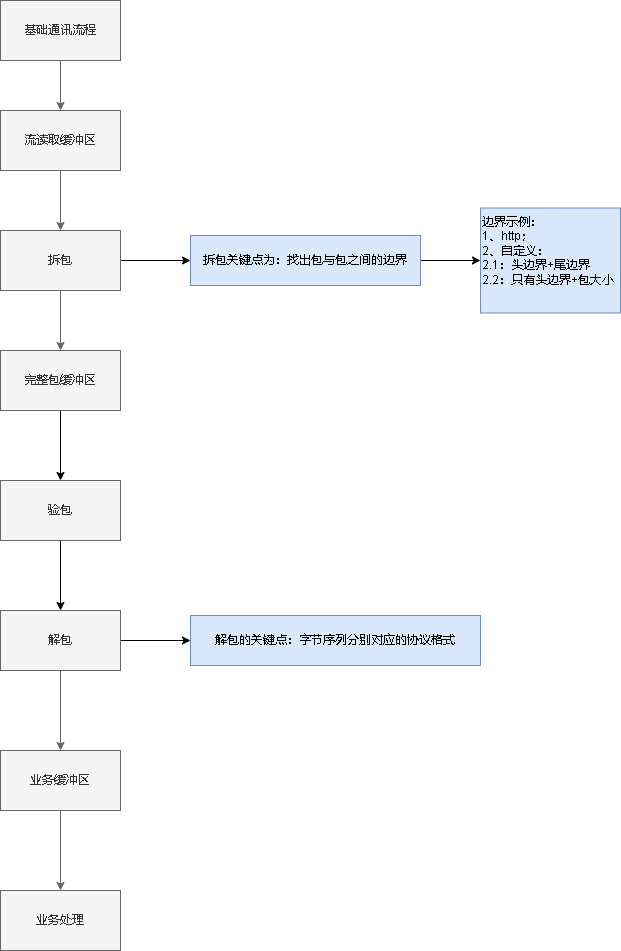
The draw.io diagram cgo8_通讯设计.drawio.png in xktder/draw, before a commit. Source tidied: cells renumbered, new cells last; positions are measured from the earlier drawing's top-left corner, leaving out a move shared by most shapes. Source of this version:
```xml
<mxGraphModel>
  <root>
    <mxCell id="0" />
    <mxCell id="1" parent="0" />
    <mxCell id="2" style="edgeStyle=orthogonalEdgeStyle;rounded=0;jettySize=auto;html=1;fillColor=#f5f5f5;strokeColor=#666666;" parent="1" edge="1" source="3" target="5">
      <mxGeometry relative="1" as="geometry" />
    </mxCell>
    <mxCell id="3" value="基础通讯流程" style="rounded=0;whiteSpace=wrap;html=1;fillColor=#f5f5f5;fontColor=#333333;strokeColor=#666666;" parent="1" vertex="1">
      <mxGeometry width="120" height="60" as="geometry" />
    </mxCell>
    <mxCell id="4" style="edgeStyle=orthogonalEdgeStyle;rounded=0;jettySize=auto;html=1;fillColor=#f5f5f5;strokeColor=#666666;" parent="1" edge="1" source="5" target="8">
      <mxGeometry relative="1" as="geometry" />
    </mxCell>
    <mxCell id="5" value="流读取缓冲区" style="whiteSpace=wrap;html=1;rounded=0;fillColor=#f5f5f5;fontColor=#333333;strokeColor=#666666;" parent="1" vertex="1">
      <mxGeometry y="110" width="120" height="60" as="geometry" />
    </mxCell>
    <mxCell id="6" style="edgeStyle=orthogonalEdgeStyle;rounded=0;jettySize=auto;html=1;fillColor=#f5f5f5;strokeColor=#666666;" parent="1" edge="1" source="8" target="10">
      <mxGeometry relative="1" as="geometry" />
    </mxCell>
    <mxCell id="7" style="edgeStyle=orthogonalEdgeStyle;rounded=0;jettySize=auto;html=1;" parent="1" edge="1" source="8" target="15">
      <mxGeometry relative="1" as="geometry" />
    </mxCell>
    <mxCell id="8" value="拆包" style="whiteSpace=wrap;html=1;rounded=0;fillColor=#f5f5f5;fontColor=#333333;strokeColor=#666666;" parent="1" vertex="1">
      <mxGeometry y="230" width="120" height="60" as="geometry" />
    </mxCell>
    <mxCell id="9" style="edgeStyle=orthogonalEdgeStyle;rounded=0;jettySize=auto;html=1;" parent="1" edge="1" source="10" target="22">
      <mxGeometry relative="1" as="geometry" />
    </mxCell>
    <mxCell id="10" value="完整包缓冲区" style="whiteSpace=wrap;html=1;rounded=0;fillColor=#f5f5f5;fontColor=#333333;strokeColor=#666666;" parent="1" vertex="1">
      <mxGeometry y="350" width="120" height="60" as="geometry" />
    </mxCell>
    <mxCell id="11" style="edgeStyle=orthogonalEdgeStyle;rounded=0;jettySize=auto;html=1;fillColor=#f5f5f5;strokeColor=#666666;" parent="1" edge="1" source="13" target="17">
      <mxGeometry relative="1" as="geometry" />
    </mxCell>
    <mxCell id="12" style="edgeStyle=orthogonalEdgeStyle;rounded=0;jettySize=auto;html=1;" parent="1" edge="1" source="13" target="19">
      <mxGeometry relative="1" as="geometry" />
    </mxCell>
    <mxCell id="13" value="解包" style="whiteSpace=wrap;html=1;rounded=0;fillColor=#f5f5f5;fontColor=#333333;strokeColor=#666666;" parent="1" vertex="1">
      <mxGeometry y="610" width="120" height="60" as="geometry" />
    </mxCell>
    <mxCell id="14" style="edgeStyle=orthogonalEdgeStyle;rounded=0;jettySize=auto;html=1;" parent="1" edge="1" source="15" target="20">
      <mxGeometry relative="1" as="geometry" />
    </mxCell>
    <mxCell id="15" value="拆包关键点为：找出包与包之间的边界&lt;br&gt;" style="whiteSpace=wrap;html=1;rounded=0;fillColor=#dae8fc;strokeColor=#6c8ebf;" parent="1" vertex="1">
      <mxGeometry x="190" y="235" width="230" height="50" as="geometry" />
    </mxCell>
    <mxCell id="16" style="edgeStyle=orthogonalEdgeStyle;rounded=0;jettySize=auto;html=1;fillColor=#f5f5f5;strokeColor=#666666;" parent="1" edge="1" source="17" target="18">
      <mxGeometry relative="1" as="geometry" />
    </mxCell>
    <mxCell id="17" value="业务缓冲区" style="whiteSpace=wrap;html=1;rounded=0;fillColor=#f5f5f5;fontColor=#333333;strokeColor=#666666;" parent="1" vertex="1">
      <mxGeometry y="750" width="120" height="60" as="geometry" />
    </mxCell>
    <mxCell id="18" value="业务处理" style="whiteSpace=wrap;html=1;rounded=0;fillColor=#f5f5f5;fontColor=#333333;strokeColor=#666666;" parent="1" vertex="1">
      <mxGeometry y="890" width="120" height="60" as="geometry" />
    </mxCell>
    <mxCell id="19" value="解包的关键点：字节序列分别对应的协议格式" style="whiteSpace=wrap;html=1;rounded=0;fillColor=#dae8fc;strokeColor=#6c8ebf;" parent="1" vertex="1">
      <mxGeometry x="190" y="615" width="290" height="50" as="geometry" />
    </mxCell>
    <mxCell id="20" value="边界示例：&lt;br&gt;1、http；&lt;br&gt;2、自定义：&lt;br&gt;2.1：头边界+尾边界&lt;br&gt;2.2：只有头边界+包大小" style="whiteSpace=wrap;html=1;fillColor=#dae8fc;strokeColor=#6c8ebf;rounded=0;align=left;verticalAlign=top;" parent="1" vertex="1">
      <mxGeometry x="480" y="207.5" width="140" height="105" as="geometry" />
    </mxCell>
    <mxCell id="21" style="edgeStyle=orthogonalEdgeStyle;rounded=0;jettySize=auto;html=1;" parent="1" edge="1" source="22" target="13">
      <mxGeometry relative="1" as="geometry" />
    </mxCell>
    <mxCell id="22" value="验包" style="whiteSpace=wrap;html=1;rounded=0;fillColor=#f5f5f5;fontColor=#333333;strokeColor=#666666;" parent="1" vertex="1">
      <mxGeometry y="480" width="120" height="60" as="geometry" />
    </mxCell>
  </root>
</mxGraphModel>
```
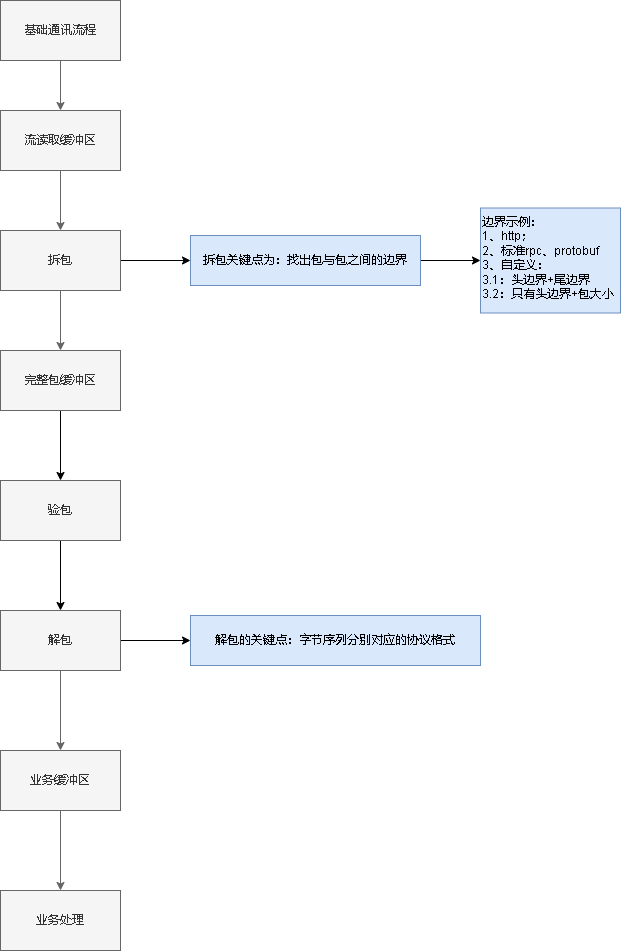
The same file after the commit.

Commit message:
更新cgo8_通讯设计.drawio.png

The edit, as a diff of the source:
```diff
@@ -56,7 +56,7 @@
     <mxCell id="19" value="解包的关键点：字节序列分别对应的协议格式" style="whiteSpace=wrap;html=1;rounded=0;fillColor=#dae8fc;strokeColor=#6c8ebf;" parent="1" vertex="1">
       <mxGeometry x="190" y="615" width="290" height="50" as="geometry" />
     </mxCell>
-    <mxCell id="20" value="边界示例：&lt;br&gt;1、http；&lt;br&gt;2、自定义：&lt;br&gt;2.1：头边界+尾边界&lt;br&gt;2.2：只有头边界+包大小" style="whiteSpace=wrap;html=1;fillColor=#dae8fc;strokeColor=#6c8ebf;rounded=0;align=left;verticalAlign=top;" parent="1" vertex="1">
+    <mxCell id="20" value="边界示例：&lt;br&gt;1、http；&lt;br&gt;2、标准rpc、protobuf&lt;br&gt;3、自定义：&lt;br&gt;3.1：头边界+尾边界&lt;br&gt;3.2：只有头边界+包大小" style="whiteSpace=wrap;html=1;fillColor=#dae8fc;strokeColor=#6c8ebf;rounded=0;align=left;verticalAlign=top;" parent="1" vertex="1">
       <mxGeometry x="480" y="207.5" width="140" height="105" as="geometry" />
     </mxCell>
     <mxCell id="21" style="edgeStyle=orthogonalEdgeStyle;rounded=0;jettySize=auto;html=1;" parent="1" edge="1" source="22" target="13">
```
